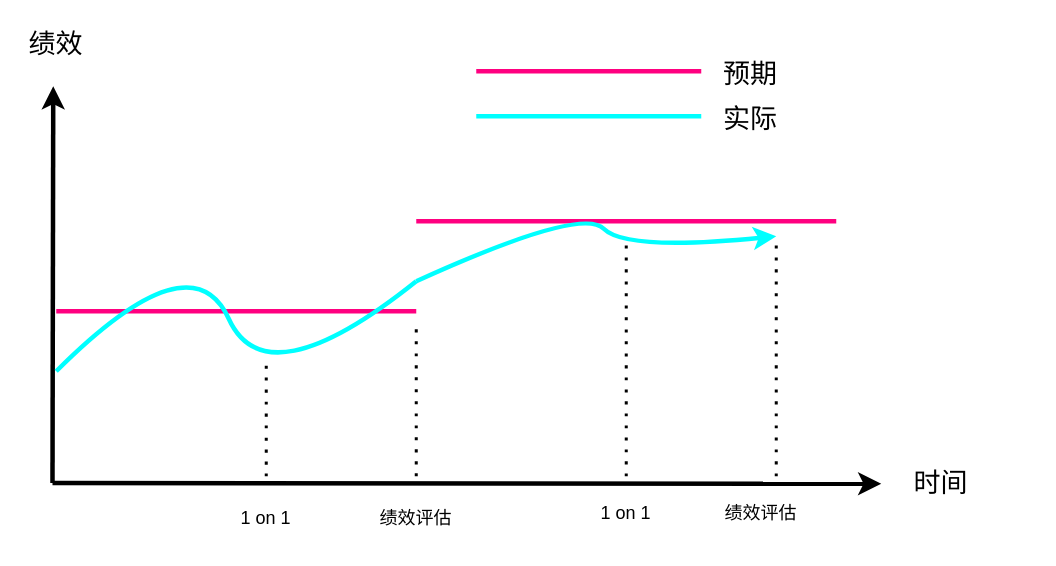
Earlier version of the draw.io diagram performance.drawio (carlonelong/pics). Source tidied: cells renumbered, new cells numbered last; positions are measured from the earlier drawing's top-left corner, leaving out a move shared by most shapes. Both pictures are drawn from the tidied source at 150%, with x=0, y=0 at pixel (26, 26).
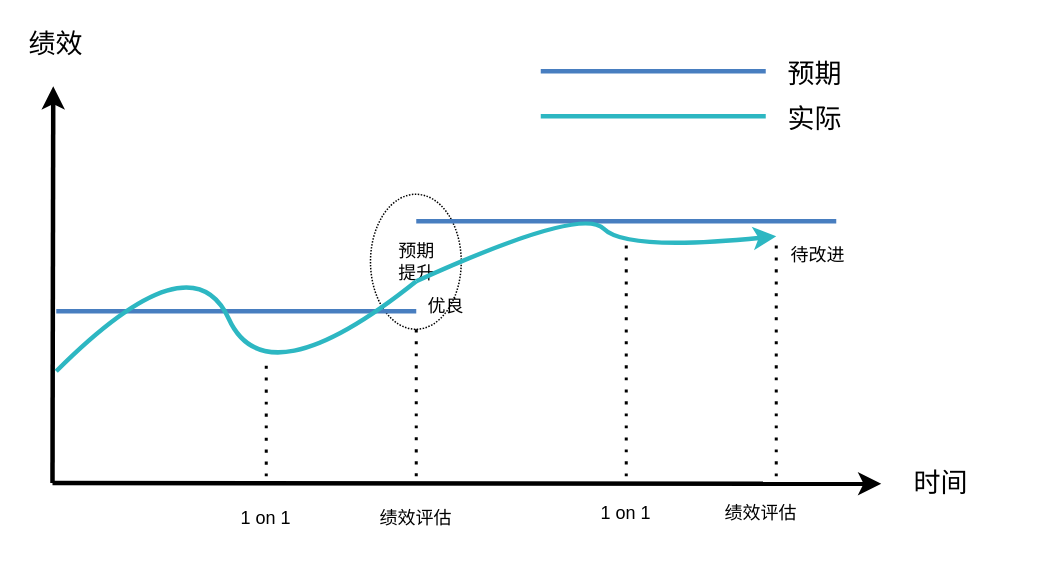
The same diagram, later.

The edit, as a diff of the source:
```diff
@@
+    <mxCell id="22" value="预期&lt;br&gt;提升" style="ellipse;whiteSpace=wrap;html=1;dashed=1;dashPattern=1 1;" parent="1" vertex="1">
+      <mxGeometry x="229.5" y="112" width="60.5" height="90" as="geometry" />
+    </mxCell>
@@
-    <mxCell id="6" style="endArrow=none;html=1;rounded=0;curved=1;strokeWidth=3;strokeColor=#FF0080;" parent="1" edge="1">
+    <mxCell id="6" style="endArrow=none;html=1;rounded=0;curved=1;strokeWidth=3;strokeColor=#487EC0;" parent="1" edge="1">
       <mxGeometry relative="1" as="geometry">
         <mxPoint x="20" y="190" as="sourcePoint" />
         <mxPoint x="260" y="190" as="targetPoint" />
       </mxGeometry>
     </mxCell>
-    <mxCell id="7" style="endArrow=none;html=1;rounded=0;curved=1;strokeWidth=3;strokeColor=#FF0080;" parent="1" edge="1">
+    <mxCell id="7" style="endArrow=none;html=1;rounded=0;curved=1;strokeWidth=3;strokeColor=#487EC0;" parent="1" edge="1">
       <mxGeometry relative="1" as="geometry">
         <mxPoint x="260" y="130" as="sourcePoint" />
         <mxPoint x="540" y="130" as="targetPoint" />
       </mxGeometry>
     </mxCell>
-    <mxCell id="8" style="endArrow=none;html=1;curved=1;endFill=0;strokeWidth=3;strokeColor=#00FFFF;" parent="1" edge="1">
+    <mxCell id="8" style="endArrow=none;html=1;curved=1;endFill=0;strokeWidth=3;strokeColor=#2DB7C2;" parent="1" edge="1">
       <mxGeometry relative="1" as="geometry">
         <mxPoint x="20" y="230" as="sourcePoint" />
         <mxPoint x="260" y="170" as="targetPoint" />
         <Array as="points">
           <mxPoint x="110" y="140" />
           <mxPoint x="160" y="250" />
         </Array>
       </mxGeometry>
     </mxCell>
@@
-    <mxCell id="13" style="curved=1;endArrow=classic;html=1;rounded=0;strokeWidth=3;strokeColor=#00FFFF;" parent="1" edge="1">
+    <mxCell id="13" style="curved=1;endArrow=classic;html=1;rounded=0;strokeWidth=3;strokeColor=#2DB7C2;" parent="1" edge="1">
       <mxGeometry relative="1" as="geometry">
         <mxPoint x="260" y="170" as="sourcePoint" />
         <mxPoint x="500" y="140" as="targetPoint" />
         <Array as="points">
           <mxPoint x="370" y="120" />
           <mxPoint x="400" y="150" />
         </Array>
       </mxGeometry>
     </mxCell>
@@
-    <mxCell id="18" style="endArrow=none;html=1;rounded=0;curved=1;strokeWidth=3;strokeColor=#FF0080;" parent="1" edge="1">
+    <mxCell id="18" style="endArrow=none;html=1;rounded=0;curved=1;strokeWidth=3;strokeColor=#487EC0;" parent="1" edge="1">
       <mxGeometry relative="1" as="geometry">
-        <mxPoint x="300" y="30" as="sourcePoint" />
-        <mxPoint x="450" y="30" as="targetPoint" />
+        <mxPoint x="343" y="30" as="sourcePoint" />
+        <mxPoint x="493" y="30" as="targetPoint" />
       </mxGeometry>
     </mxCell>
-    <mxCell id="19" style="endArrow=none;html=1;endFill=0;strokeWidth=3;strokeColor=#00FFFF;rounded=0;" parent="1" edge="1">
+    <mxCell id="19" style="endArrow=none;html=1;endFill=0;strokeWidth=3;strokeColor=#2DB7C2;rounded=0;" parent="1" edge="1">
       <mxGeometry relative="1" as="geometry">
-        <mxPoint x="300" y="60" as="sourcePoint" />
-        <mxPoint x="450" y="60" as="targetPoint" />
+        <mxPoint x="343" y="60" as="sourcePoint" />
+        <mxPoint x="493" y="60" as="targetPoint" />
         <Array as="points">
-          <mxPoint x="400" y="60" />
+          <mxPoint x="443" y="60" />
         </Array>
       </mxGeometry>
     </mxCell>
     <mxCell id="20" value="预期" style="text;spacingTop=-5;html=1;fontSize=18;fontStyle=0;strokeColor=none;" parent="1" vertex="1">
-      <mxGeometry x="463" y="20" width="80" height="20" as="geometry" />
+      <mxGeometry x="506" y="20" width="80" height="20" as="geometry" />
     </mxCell>
     <mxCell id="21" value="实际" style="text;spacingTop=-5;html=1;fontSize=18;fontStyle=0;strokeColor=none;" parent="1" vertex="1">
-      <mxGeometry x="463" y="50" width="80" height="20" as="geometry" />
+      <mxGeometry x="506" y="50" width="80" height="20" as="geometry" />
     </mxCell>
+    <mxCell id="23" value="优良" style="text;html=1;strokeColor=none;fillColor=none;align=center;verticalAlign=middle;whiteSpace=wrap;rounded=0;" parent="1" vertex="1">
+      <mxGeometry x="250" y="172" width="60" height="30" as="geometry" />
+    </mxCell>
+    <mxCell id="24" value="待改进" style="text;html=1;strokeColor=none;fillColor=none;align=center;verticalAlign=middle;whiteSpace=wrap;rounded=0;" parent="1" vertex="1">
+      <mxGeometry x="498" y="138" width="60" height="30" as="geometry" />
+    </mxCell>
```
